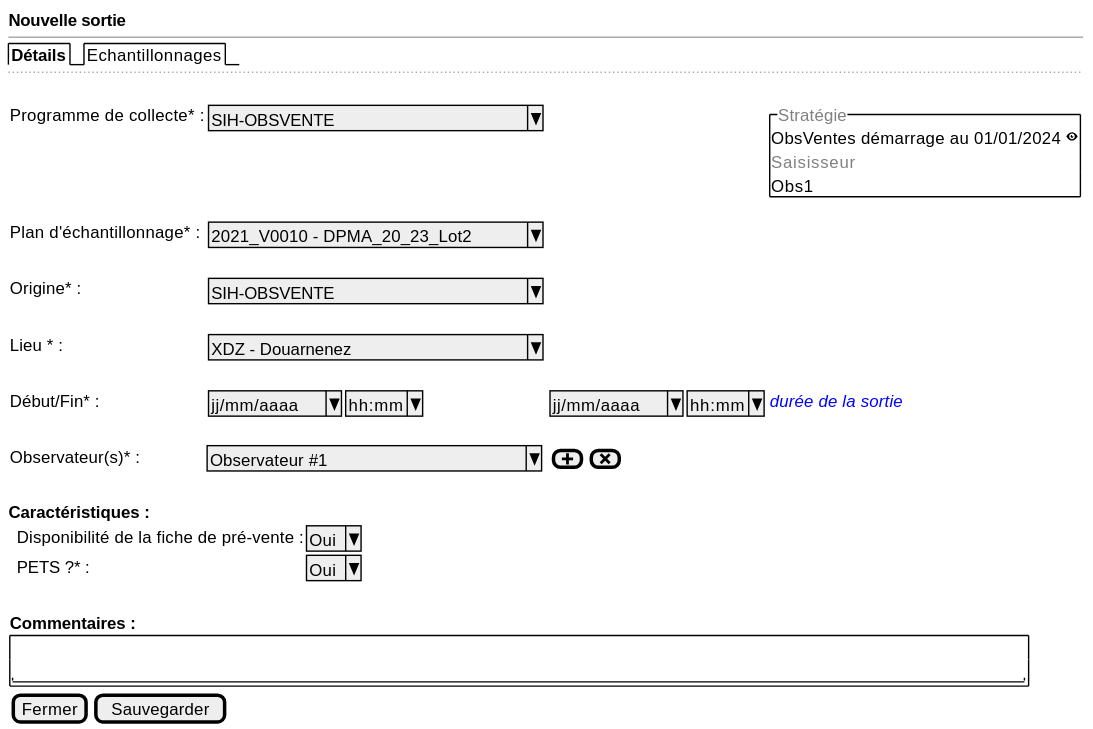
sumaris-net/sumaris-doc keeps this PlantUML diagram as projects/obsvente/spe/images/observed-location-new.svg. Above is the earlier version. Its source is kept beside it as projects/obsvente/spe/images/observed-location-new.puml.
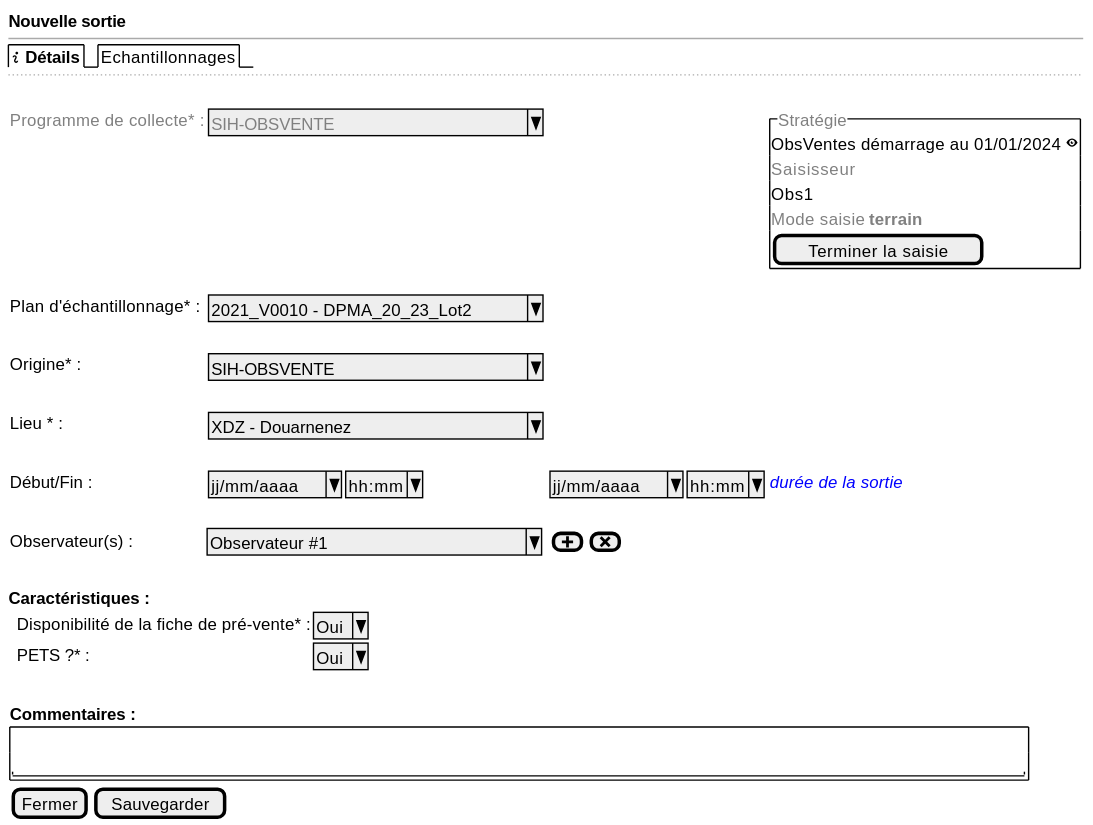
The same file after the commit.

The edit, as a diff of the source:
```diff
@@ -2,24 +2,26 @@
 {
   <b>Nouvelle sortie
   --
-  {/ <b>Détails | Echantillonnages}
+  {/ <b><&info>Détails | Echantillonnages}
   ..
   .
   {
 
-      Programme de collecte* :    | { ^SIH-OBSVENTE                ^ } | * | {^"<color:grey>Stratégie"
+      <color:grey>Programme de collecte* :    | { ^<color:grey>SIH-OBSVENTE                ^ } | * | {^"<color:grey>Stratégie"
                                                                                               ObsVentes démarrage au 01/01/2024 <&eye>
                                                                                               <color:grey>Saisisseur
-                                                                                              Obs1}
+                                                                                              Obs1
+                                                                                              <color:grey>Mode saisie <b>terrain
+                                                                                              [Terminer la saisie] }
       Plan d'échantillonnage* :    | { ^2021_V0010 - DPMA_20_23_Lot2^}
       .
       Origine* :    | { ^SIH-OBSVENTE                ^ }
       .
       Lieu * :     | { ^XDZ - Douarnenez            ^ }
       .
-      Début/Fin* :     | { ^jj/mm/aaaa^  |  ^hh:mm^ } { ^jj/mm/aaaa^  |  ^hh:mm^ } <i><color:blue>durée de la sortie
+      Début/Fin :     | { ^jj/mm/aaaa^  |  ^hh:mm^ } { ^jj/mm/aaaa^  |  ^hh:mm^ } <i><color:blue>durée de la sortie
       .
-      Observateur(s)* :            | ^ Observateur #1             ^ | { [<&plus>] | [<&x>] }
+      Observateur(s) :            | ^ Observateur #1             ^ | { [<&plus>] | [<&x>] }
       .
 
 
@@ -28,7 +30,7 @@
   <b>Caractéristiques :
 
   {
-      . | Disponibilité de la fiche de pré-vente :| ^Oui^
+      . | Disponibilité de la fiche de pré-vente* :| ^Oui^
       . | PETS ?* : | ^Oui^
       . | .
   }
```
